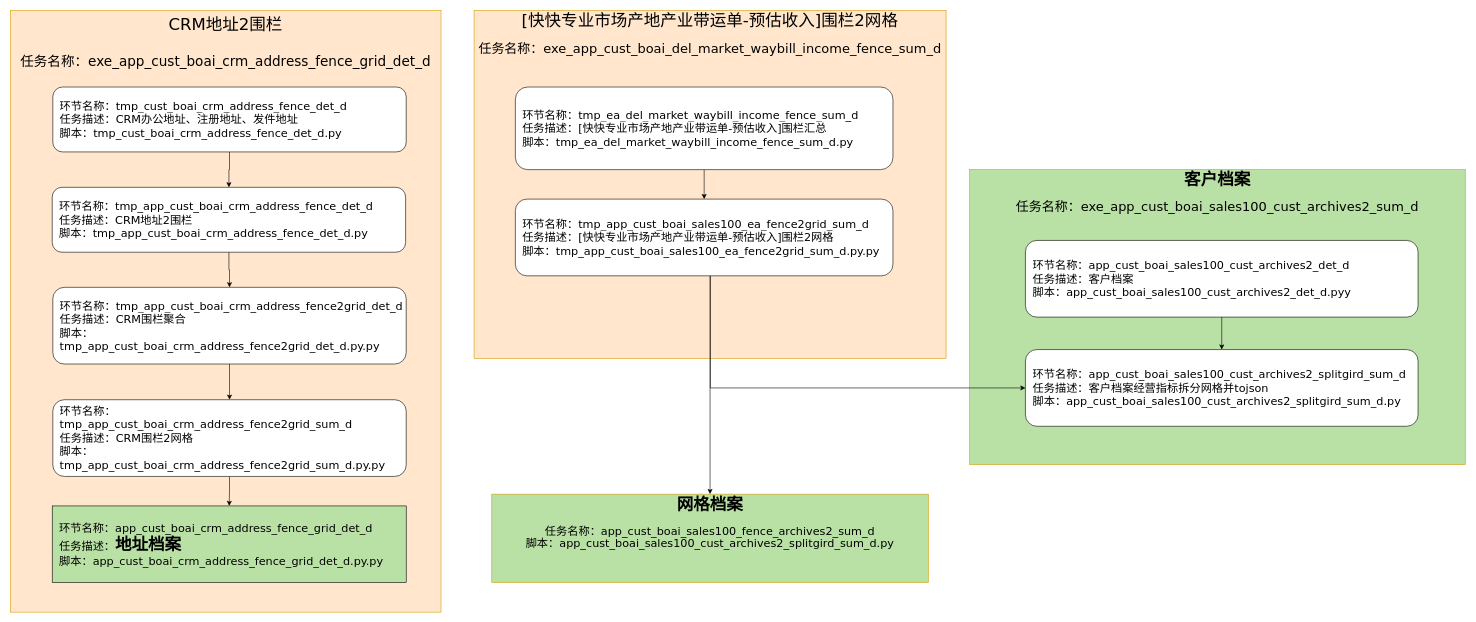
Before: page "第 1 页" (1 of 3) of 网格化二期.drawio in tristayan/ck, a draw.io diagram. Source tidied: cells renumbered, new cells numbered last; positions are measured from the earlier drawing's top-left corner, leaving out a move shared by most shapes. Both pictures are drawn from the tidied source at 59%, with x=0, y=0 at pixel (10, 10).
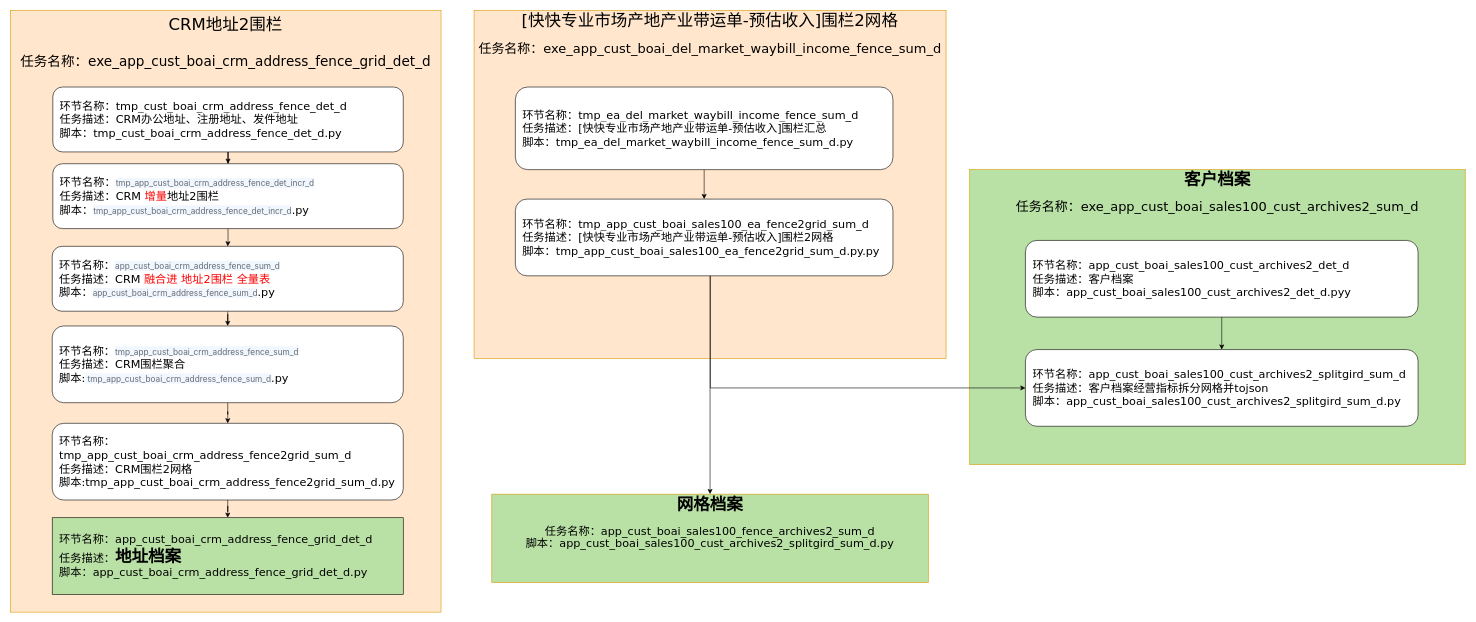
The same diagram, later.

Commit message:
更新网格化二期.drawio

The edit, as a diff of the source:
```diff
@@
     <mxCell id="5" value="&lt;font style=&quot;background-color: light-dark(#ffffff, var(--ge-dark-color, #121212));&quot;&gt;环节名称：&lt;span style=&quot;text-wrap-mode: nowrap;&quot;&gt;tmp_cust_boai_crm_address_fence_det_d&lt;/span&gt;&lt;/font&gt;&lt;div&gt;&lt;font style=&quot;background-color: light-dark(#ffffff, var(--ge-dark-color, #121212));&quot;&gt;&lt;span style=&quot;text-wrap-mode: nowrap;&quot;&gt;任务描述：&lt;/span&gt;&lt;span&gt;CRM办公地址、注册地址、发件地址&lt;/span&gt;&lt;/font&gt;&lt;/div&gt;&lt;div&gt;&lt;font style=&quot;background-color: light-dark(#ffffff, var(--ge-dark-color, #121212));&quot;&gt;&lt;span&gt;脚本：&lt;/span&gt;&lt;/font&gt;&lt;span style=&quot;background-color: rgb(255, 255, 255); text-wrap-mode: nowrap;&quot;&gt;tmp_cust_boai_crm_address_fence_det_d.py&lt;/span&gt;&lt;/div&gt;" style="rounded=1;whiteSpace=wrap;html=1;align=left;fontColor=#000000;spacingLeft=10;fontFamily=Verdana;fontSize=19;" parent="1" vertex="1">
-      <mxGeometry x="72" y="130" width="599" height="110" as="geometry" />
+      <mxGeometry x="72" y="130" width="594" height="110" as="geometry" />
     </mxCell>
-    <mxCell id="6" style="edgeStyle=orthogonalEdgeStyle;rounded=0;jettySize=auto;html=1;entryX=0.5;entryY=0;entryDx=0;entryDy=0;fontFamily=Verdana;fontSize=19;fontColor=#000000;" parent="1" edge="1" source="7" target="15">
-      <mxGeometry relative="1" as="geometry" />
-    </mxCell>
+    <mxCell id="23" style="edgeStyle=orthogonalEdgeStyle;rounded=0;jettySize=auto;html=1;" parent="1" edge="1" source="7" target="25">
+      <mxGeometry relative="1" as="geometry" />
+    </mxCell>
-    <mxCell id="7" value="&lt;font style=&quot;background-color: light-dark(#ffffff, var(--ge-dark-color, #121212));&quot;&gt;环节名称：&lt;/font&gt;&lt;font&gt;&lt;span style=&quot;text-wrap-mode: nowrap;&quot;&gt;tmp_app_cust_boai_crm_address_fence_det_d&lt;/span&gt;&lt;/font&gt;&lt;div&gt;&lt;font style=&quot;background-color: light-dark(#ffffff, var(--ge-dark-color, #121212));&quot;&gt;&lt;span style=&quot;text-wrap-mode: nowrap;&quot;&gt;任务描述：&lt;/span&gt;&lt;span&gt;CRM地址2围栏&lt;/span&gt;&lt;/font&gt;&lt;/div&gt;&lt;div&gt;&lt;font&gt;&lt;span style=&quot;background-color: rgb(255, 255, 255);&quot;&gt;脚本：&lt;/span&gt;&lt;/font&gt;&lt;span style=&quot;text-wrap-mode: nowrap; background-color: transparent;&quot;&gt;tmp_app_cust_boai_crm_address_fence_det_d.py&lt;/span&gt;&lt;/div&gt;" style="rounded=1;whiteSpace=wrap;html=1;align=left;fontColor=#000000;spacingLeft=10;fontFamily=Verdana;fontSize=19;" parent="1" vertex="1">
-      <mxGeometry x="71" y="300" width="599" height="110" as="geometry" />
+    <mxCell id="7" value="&lt;font style=&quot;background-color: light-dark(#ffffff, var(--ge-dark-color, #121212));&quot;&gt;环节名称：&lt;/font&gt;&lt;span style=&quot;color: rgba(29, 33, 41, 0.65); font-family: -apple-system, &amp;quot;system-ui&amp;quot;, &amp;quot;Segoe UI&amp;quot;, &amp;quot;PingFang SC&amp;quot;, &amp;quot;Hiragino Sans GB&amp;quot;, &amp;quot;Microsoft YaHei&amp;quot;, &amp;quot;Helvetica Neue&amp;quot;, Helvetica, Arial, sans-serif, &amp;quot;Apple Color Emoji&amp;quot;, &amp;quot;Segoe UI Emoji&amp;quot;, &amp;quot;Segoe UI Symbol&amp;quot;; font-size: 14px; text-wrap-mode: nowrap; background-color: rgb(240, 247, 255);&quot;&gt;tmp_app_cust_boai_crm_address_fence_det_incr_d&lt;/span&gt;&lt;div&gt;&lt;font style=&quot;background-color: light-dark(#ffffff, var(--ge-dark-color, #121212));&quot;&gt;&lt;span style=&quot;text-wrap-mode: nowrap;&quot;&gt;任务描述：&lt;/span&gt;&lt;span&gt;CRM &lt;font style=&quot;color: rgb(255, 0, 0);&quot;&gt;增量&lt;/font&gt;地址2围栏&lt;/span&gt;&lt;/font&gt;&lt;/div&gt;&lt;div&gt;&lt;font&gt;&lt;span style=&quot;background-color: rgb(255, 255, 255);&quot;&gt;脚本：&lt;/span&gt;&lt;/font&gt;&lt;span style=&quot;color: rgba(29, 33, 41, 0.65); font-family: -apple-system, &amp;quot;system-ui&amp;quot;, &amp;quot;Segoe UI&amp;quot;, &amp;quot;PingFang SC&amp;quot;, &amp;quot;Hiragino Sans GB&amp;quot;, &amp;quot;Microsoft YaHei&amp;quot;, &amp;quot;Helvetica Neue&amp;quot;, Helvetica, Arial, sans-serif, &amp;quot;Apple Color Emoji&amp;quot;, &amp;quot;Segoe UI Emoji&amp;quot;, &amp;quot;Segoe UI Symbol&amp;quot;; font-size: 14px; text-wrap-mode: nowrap; background-color: rgb(240, 247, 255);&quot;&gt;tmp_app_cust_boai_crm_address_fence_det_incr_d&lt;/span&gt;&lt;span style=&quot;text-wrap-mode: nowrap; background-color: transparent;&quot;&gt;.py&lt;/span&gt;&lt;/div&gt;" style="rounded=1;whiteSpace=wrap;html=1;align=left;fontColor=#000000;spacingLeft=10;fontFamily=Verdana;fontSize=19;" parent="1" vertex="1">
+      <mxGeometry x="72" y="260" width="594" height="110" as="geometry" />
     </mxCell>
@@
-    <mxCell id="15" value="&lt;font style=&quot;background-color: light-dark(#ffffff, var(--ge-dark-color, #121212));&quot;&gt;环节名称：&lt;/font&gt;&lt;font&gt;&lt;span style=&quot;text-wrap-mode: nowrap;&quot;&gt;tmp_app_cust_boai_crm_address_fence2grid_det_d&lt;/span&gt;&lt;/font&gt;&lt;div&gt;&lt;font style=&quot;background-color: light-dark(#ffffff, var(--ge-dark-color, #121212));&quot;&gt;&lt;span style=&quot;text-wrap-mode: nowrap;&quot;&gt;任务描述：&lt;/span&gt;&lt;span&gt;CRM围栏聚合&lt;/span&gt;&lt;/font&gt;&lt;/div&gt;&lt;div&gt;&lt;font&gt;&lt;span style=&quot;background-color: rgb(255, 255, 255);&quot;&gt;脚本：&lt;/span&gt;&lt;/font&gt;&lt;span style=&quot;background-color: transparent;&quot;&gt;&lt;font&gt;&lt;span style=&quot;text-wrap-mode: nowrap;&quot;&gt;tmp_app_cust_boai_crm_address_fence2grid_det_d&lt;/span&gt;&lt;/font&gt;&lt;/span&gt;&lt;span style=&quot;text-wrap-mode: nowrap; background-color: transparent;&quot;&gt;.py&lt;/span&gt;&lt;span style=&quot;text-wrap-mode: nowrap; background-color: transparent;&quot;&gt;.py&lt;/span&gt;&lt;/div&gt;" style="rounded=1;whiteSpace=wrap;html=1;align=left;fontColor=#000000;spacingLeft=10;fontFamily=Verdana;fontSize=19;" parent="1" vertex="1">
-      <mxGeometry x="72" y="469.5" width="599" height="130" as="geometry" />
+    <mxCell id="15" value="&lt;font style=&quot;background-color: light-dark(#ffffff, var(--ge-dark-color, #121212));&quot;&gt;环节名称：&lt;/font&gt;&lt;span style=&quot;color: rgba(29, 33, 41, 0.65); font-family: -apple-system, &amp;quot;system-ui&amp;quot;, &amp;quot;Segoe UI&amp;quot;, &amp;quot;PingFang SC&amp;quot;, &amp;quot;Hiragino Sans GB&amp;quot;, &amp;quot;Microsoft YaHei&amp;quot;, &amp;quot;Helvetica Neue&amp;quot;, Helvetica, Arial, sans-serif, &amp;quot;Apple Color Emoji&amp;quot;, &amp;quot;Segoe UI Emoji&amp;quot;, &amp;quot;Segoe UI Symbol&amp;quot;; font-size: 14px; text-wrap-mode: nowrap; background-color: rgb(240, 247, 255);&quot;&gt;tmp_app_cust_boai_crm_address_fence_sum_d&lt;/span&gt;&lt;div&gt;&lt;font style=&quot;background-color: light-dark(#ffffff, var(--ge-dark-color, #121212));&quot;&gt;&lt;span style=&quot;text-wrap-mode: nowrap;&quot;&gt;任务描述：&lt;/span&gt;&lt;span&gt;CRM围栏聚合&lt;/span&gt;&lt;/font&gt;&lt;/div&gt;&lt;div&gt;&lt;font&gt;&lt;span style=&quot;background-color: rgb(255, 255, 255);&quot;&gt;脚本:&lt;/span&gt;&lt;/font&gt;&lt;span style=&quot;color: rgba(29, 33, 41, 0.65); font-family: -apple-system, &amp;quot;system-ui&amp;quot;, &amp;quot;Segoe UI&amp;quot;, &amp;quot;PingFang SC&amp;quot;, &amp;quot;Hiragino Sans GB&amp;quot;, &amp;quot;Microsoft YaHei&amp;quot;, &amp;quot;Helvetica Neue&amp;quot;, Helvetica, Arial, sans-serif, &amp;quot;Apple Color Emoji&amp;quot;, &amp;quot;Segoe UI Emoji&amp;quot;, &amp;quot;Segoe UI Symbol&amp;quot;; font-size: 14px; text-wrap-mode: nowrap; background-color: rgb(240, 247, 255);&quot;&gt;&amp;nbsp;tmp_app_cust_boai_crm_address_fence_sum_d&lt;/span&gt;&lt;span style=&quot;text-wrap-mode: nowrap; background-color: transparent;&quot;&gt;.&lt;/span&gt;&lt;span style=&quot;text-wrap-mode: nowrap; background-color: transparent;&quot;&gt;py&lt;/span&gt;&lt;/div&gt;" style="rounded=1;whiteSpace=wrap;html=1;align=left;fontColor=#000000;spacingLeft=10;fontFamily=Verdana;fontSize=19;" parent="1" vertex="1">
+      <mxGeometry x="71" y="535" width="595" height="130" as="geometry" />
     </mxCell>
@@
-    <mxCell id="17" value="&lt;font style=&quot;background-color: light-dark(#ffffff, var(--ge-dark-color, #121212));&quot;&gt;环节名称：&lt;/font&gt;&lt;font&gt;&lt;span style=&quot;text-wrap-mode: nowrap;&quot;&gt;tmp_app_cust_boai_crm_address_fence2grid_sum_d&lt;/span&gt;&lt;/font&gt;&lt;div&gt;&lt;font style=&quot;background-color: light-dark(#ffffff, var(--ge-dark-color, #121212));&quot;&gt;&lt;span style=&quot;text-wrap-mode: nowrap;&quot;&gt;任务描述：&lt;/span&gt;&lt;span&gt;CRM围栏2网格&lt;/span&gt;&lt;/font&gt;&lt;/div&gt;&lt;div&gt;&lt;font&gt;&lt;span style=&quot;background-color: rgb(255, 255, 255);&quot;&gt;脚本：&lt;/span&gt;&lt;/font&gt;&lt;span style=&quot;background-color: transparent;&quot;&gt;&lt;font&gt;&lt;span style=&quot;text-wrap-mode: nowrap;&quot;&gt;tmp_app_cust_boai_crm_address_fence2grid_sum_d&lt;/span&gt;&lt;/font&gt;&lt;/span&gt;&lt;span style=&quot;text-wrap-mode: nowrap; background-color: transparent;&quot;&gt;.py&lt;/span&gt;&lt;span style=&quot;text-wrap-mode: nowrap; background-color: transparent;&quot;&gt;.py&lt;/span&gt;&lt;/div&gt;" style="rounded=1;whiteSpace=wrap;html=1;align=left;fontColor=#000000;spacingLeft=10;fontFamily=Verdana;fontSize=19;" parent="1" vertex="1">
-      <mxGeometry x="72" y="660" width="599" height="130" as="geometry" />
+    <mxCell id="17" value="&lt;font style=&quot;background-color: light-dark(#ffffff, var(--ge-dark-color, #121212));&quot;&gt;环节名称：&lt;/font&gt;&lt;font&gt;&lt;span style=&quot;text-wrap-mode: nowrap;&quot;&gt;tmp_app_cust_boai_crm_address_fence2grid_sum_d&lt;/span&gt;&lt;/font&gt;&lt;div&gt;&lt;font style=&quot;background-color: light-dark(#ffffff, var(--ge-dark-color, #121212));&quot;&gt;&lt;span style=&quot;text-wrap-mode: nowrap;&quot;&gt;任务描述：&lt;/span&gt;&lt;span&gt;CRM围栏2网格&lt;/span&gt;&lt;/font&gt;&lt;/div&gt;&lt;div&gt;&lt;font&gt;&lt;span style=&quot;background-color: rgb(255, 255, 255);&quot;&gt;脚本:&lt;/span&gt;&lt;/font&gt;&lt;span style=&quot;background-color: transparent;&quot;&gt;&lt;font&gt;&lt;span style=&quot;text-wrap-mode: nowrap;&quot;&gt;tmp_app_cust_boai_crm_address_fence2grid_sum_d.&lt;/span&gt;&lt;/font&gt;&lt;/span&gt;&lt;span style=&quot;text-wrap-mode: nowrap; background-color: transparent;&quot;&gt;py&lt;/span&gt;&lt;/div&gt;" style="rounded=1;whiteSpace=wrap;html=1;align=left;fontColor=#000000;spacingLeft=10;fontFamily=Verdana;fontSize=19;" parent="1" vertex="1">
+      <mxGeometry x="71" y="700" width="595" height="130" as="geometry" />
     </mxCell>
@@
-    <mxCell id="21" value="&lt;font&gt;环节名称：&lt;/font&gt;&lt;span style=&quot;&quot;&gt;app_cust_boai_crm_address_fence_grid_det_d&lt;/span&gt;&lt;div&gt;&lt;font&gt;&lt;span style=&quot;text-wrap-mode: nowrap;&quot;&gt;任务描述：&lt;/span&gt;&lt;span&gt;&lt;font style=&quot;font-size: 28px;&quot;&gt;&lt;b&gt;地址档案&lt;/b&gt;&lt;/font&gt;&lt;/span&gt;&lt;/font&gt;&lt;/div&gt;&lt;div&gt;&lt;font&gt;&lt;span&gt;脚本：&lt;/span&gt;&lt;/font&gt;&lt;span style=&quot;&quot;&gt;app_cust_boai_crm_address_fence_grid_det_d&lt;/span&gt;&lt;span style=&quot;text-wrap-mode: nowrap;&quot;&gt;.py&lt;/span&gt;&lt;span style=&quot;text-wrap-mode: nowrap;&quot;&gt;.py&lt;/span&gt;&lt;/div&gt;" style="rounded=0;whiteSpace=wrap;html=1;align=left;fontColor=#000000;spacingLeft=10;labelBackgroundColor=none;fillColor=#B9E0A5;fontFamily=Verdana;fontSize=19;" parent="1" vertex="1">
-      <mxGeometry x="71" y="840" width="600" height="130" as="geometry" />
+    <mxCell id="21" value="&lt;font&gt;环节名称：&lt;/font&gt;&lt;span style=&quot;&quot;&gt;app_cust_boai_crm_address_fence_grid_det_d&lt;/span&gt;&lt;div&gt;&lt;font&gt;&lt;span style=&quot;text-wrap-mode: nowrap;&quot;&gt;任务描述：&lt;/span&gt;&lt;span&gt;&lt;font style=&quot;font-size: 28px;&quot;&gt;&lt;b&gt;地址档案&lt;/b&gt;&lt;/font&gt;&lt;/span&gt;&lt;/font&gt;&lt;/div&gt;&lt;div&gt;&lt;font&gt;&lt;span&gt;脚本：&lt;/span&gt;&lt;/font&gt;&lt;span style=&quot;&quot;&gt;app_cust_boai_crm_address_fence_grid_det_d&lt;/span&gt;&lt;span style=&quot;text-wrap-mode: nowrap;&quot;&gt;.py&lt;/span&gt;&lt;/div&gt;" style="rounded=0;whiteSpace=wrap;html=1;align=left;fontColor=#000000;spacingLeft=10;labelBackgroundColor=none;fillColor=#B9E0A5;fontFamily=Verdana;fontSize=19;" parent="1" vertex="1">
+      <mxGeometry x="71" y="860" width="595" height="130" as="geometry" />
     </mxCell>
@@
+    <mxCell id="24" style="edgeStyle=orthogonalEdgeStyle;rounded=0;jettySize=auto;html=1;" parent="1" edge="1" source="25" target="15">
+      <mxGeometry relative="1" as="geometry" />
+    </mxCell>
+    <mxCell id="25" value="&lt;font style=&quot;background-color: light-dark(#ffffff, var(--ge-dark-color, #121212));&quot;&gt;环节名称：&lt;/font&gt;&lt;span style=&quot;color: rgba(29, 33, 41, 0.65); font-family: -apple-system, &amp;quot;system-ui&amp;quot;, &amp;quot;Segoe UI&amp;quot;, &amp;quot;PingFang SC&amp;quot;, &amp;quot;Hiragino Sans GB&amp;quot;, &amp;quot;Microsoft YaHei&amp;quot;, &amp;quot;Helvetica Neue&amp;quot;, Helvetica, Arial, sans-serif, &amp;quot;Apple Color Emoji&amp;quot;, &amp;quot;Segoe UI Emoji&amp;quot;, &amp;quot;Segoe UI Symbol&amp;quot;; font-size: 14px; text-wrap-mode: nowrap; background-color: rgb(240, 247, 255);&quot;&gt;app_cust_boai_crm_address_fence_sum_d&lt;/span&gt;&lt;div&gt;&lt;font style=&quot;background-color: light-dark(#ffffff, var(--ge-dark-color, #121212));&quot;&gt;&lt;span style=&quot;text-wrap-mode: nowrap;&quot;&gt;任务描述：&lt;/span&gt;&lt;span&gt;CRM &lt;font color=&quot;#ff0000&quot;&gt;融合进 地址2围栏 全量表&lt;/font&gt;&lt;/span&gt;&lt;/font&gt;&lt;/div&gt;&lt;div&gt;&lt;font&gt;&lt;span style=&quot;background-color: rgb(255, 255, 255);&quot;&gt;脚本：&lt;/span&gt;&lt;/font&gt;&lt;span style=&quot;color: rgba(29, 33, 41, 0.65); font-family: -apple-system, &amp;quot;system-ui&amp;quot;, &amp;quot;Segoe UI&amp;quot;, &amp;quot;PingFang SC&amp;quot;, &amp;quot;Hiragino Sans GB&amp;quot;, &amp;quot;Microsoft YaHei&amp;quot;, &amp;quot;Helvetica Neue&amp;quot;, Helvetica, Arial, sans-serif, &amp;quot;Apple Color Emoji&amp;quot;, &amp;quot;Segoe UI Emoji&amp;quot;, &amp;quot;Segoe UI Symbol&amp;quot;; font-size: 14px; text-wrap-mode: nowrap; background-color: rgb(240, 247, 255);&quot;&gt;app_cust_boai_crm_address_fence_sum_d&lt;/span&gt;&lt;span style=&quot;text-wrap-mode: nowrap; background-color: transparent;&quot;&gt;.py&lt;/span&gt;&lt;/div&gt;" style="rounded=1;whiteSpace=wrap;html=1;align=left;fontColor=#000000;spacingLeft=10;fontFamily=Verdana;fontSize=19;" parent="1" vertex="1">
+      <mxGeometry x="71" y="400" width="595" height="110" as="geometry" />
+    </mxCell>
```
